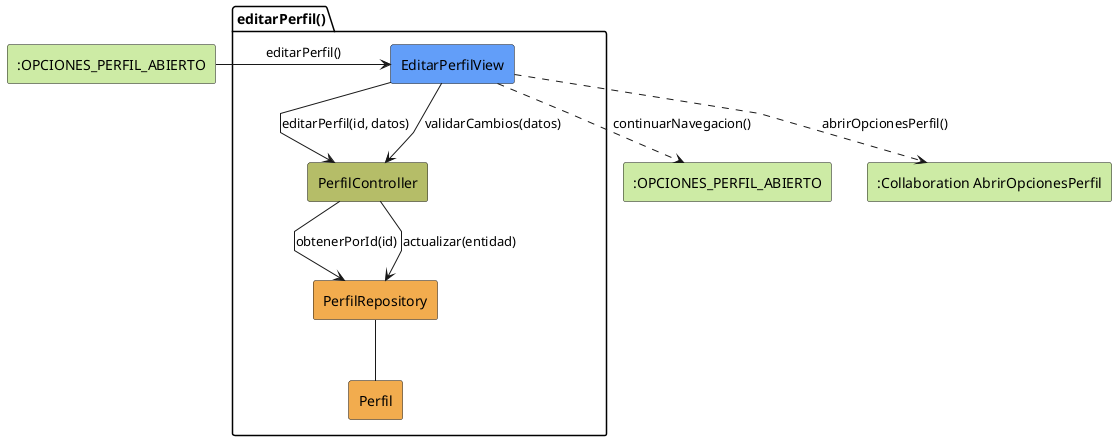
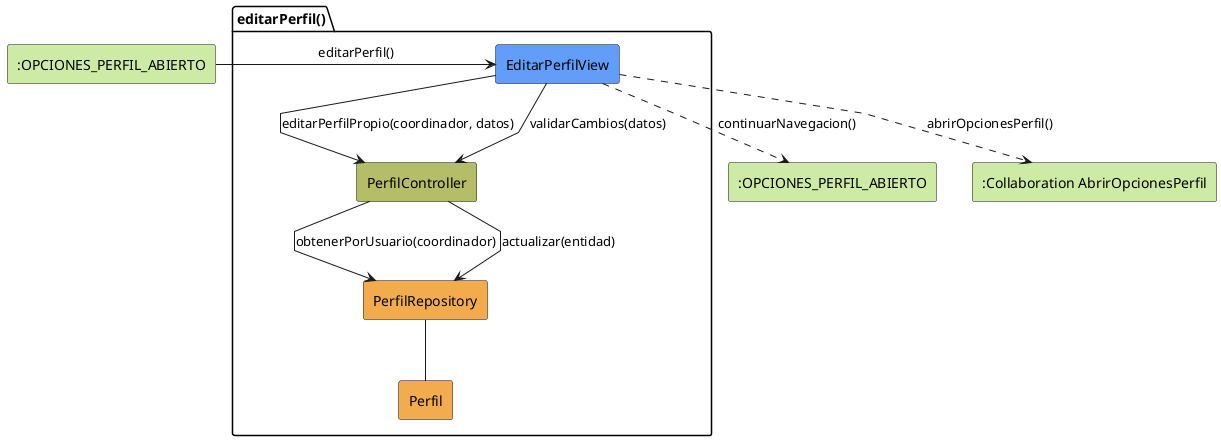
@startuml editarPerfil-analisis
skinparam linetype polyline

rectangle #CDEBA5 ":OPCIONES_PERFIL_ABIERTO" as EstadoEntrada
package editarPerfil as "editarPerfil()" {
    rectangle #629EF9 EditarPerfilView
    rectangle #b5bd68 PerfilController
    rectangle #F2AC4E PerfilRepository
    rectangle #F2AC4E Perfil
}

rectangle #CDEBA5 ":OPCIONES_PERFIL_ABIERTO" as EstadoSalida
rectangle #CDEBA5 ":Collaboration AbrirOpcionesPerfil" as AbrirOpcionesPerfil

EstadoEntrada -r-> EditarPerfilView: editarPerfil()

- EditarPerfilView -d-> PerfilController: editarPerfil(id, datos)
+ EditarPerfilView -d-> PerfilController: editarPerfilPropio(coordinador, datos)
EditarPerfilView --> PerfilController: validarCambios(datos)
- PerfilController --> PerfilRepository: obtenerPorId(id)
+ PerfilController --> PerfilRepository: obtenerPorUsuario(coordinador)
PerfilController --> PerfilRepository: actualizar(entidad)
PerfilRepository -- Perfil
EditarPerfilView ..> EstadoSalida: continuarNavegacion()
EditarPerfilView ..> AbrirOpcionesPerfil: abrirOpcionesPerfil()

@enduml
